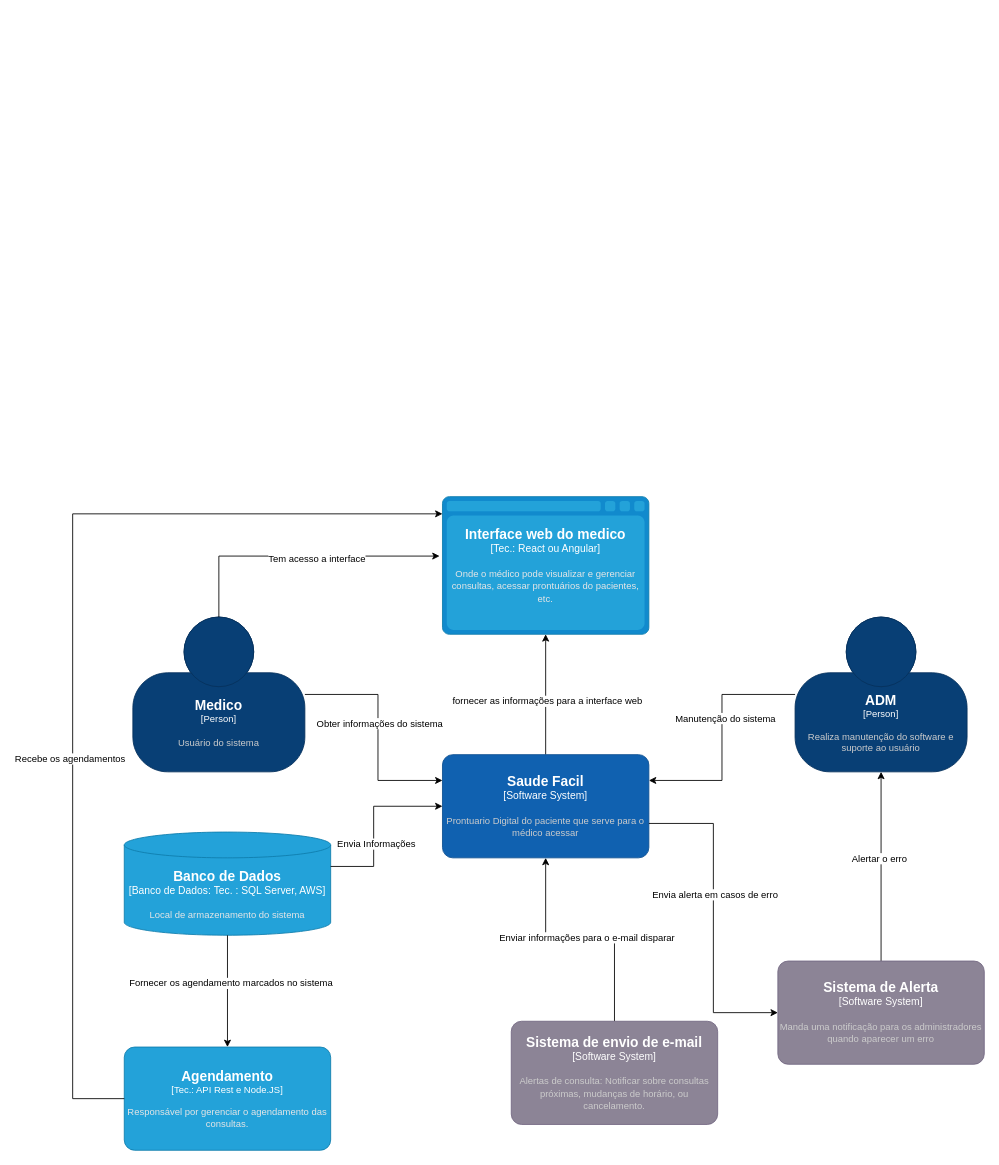
The draw.io diagram Diagrama sem nome.drawio in WillianDametto/PIM-Faculdade, before the edit. Source tidied: cells renumbered, new cells numbered last; positions are measured from the earlier drawing's top-left corner, leaving out a move shared by most shapes. Both pictures are drawn from the tidied source at 86%, with x=0, y=0 at pixel (72, 496).
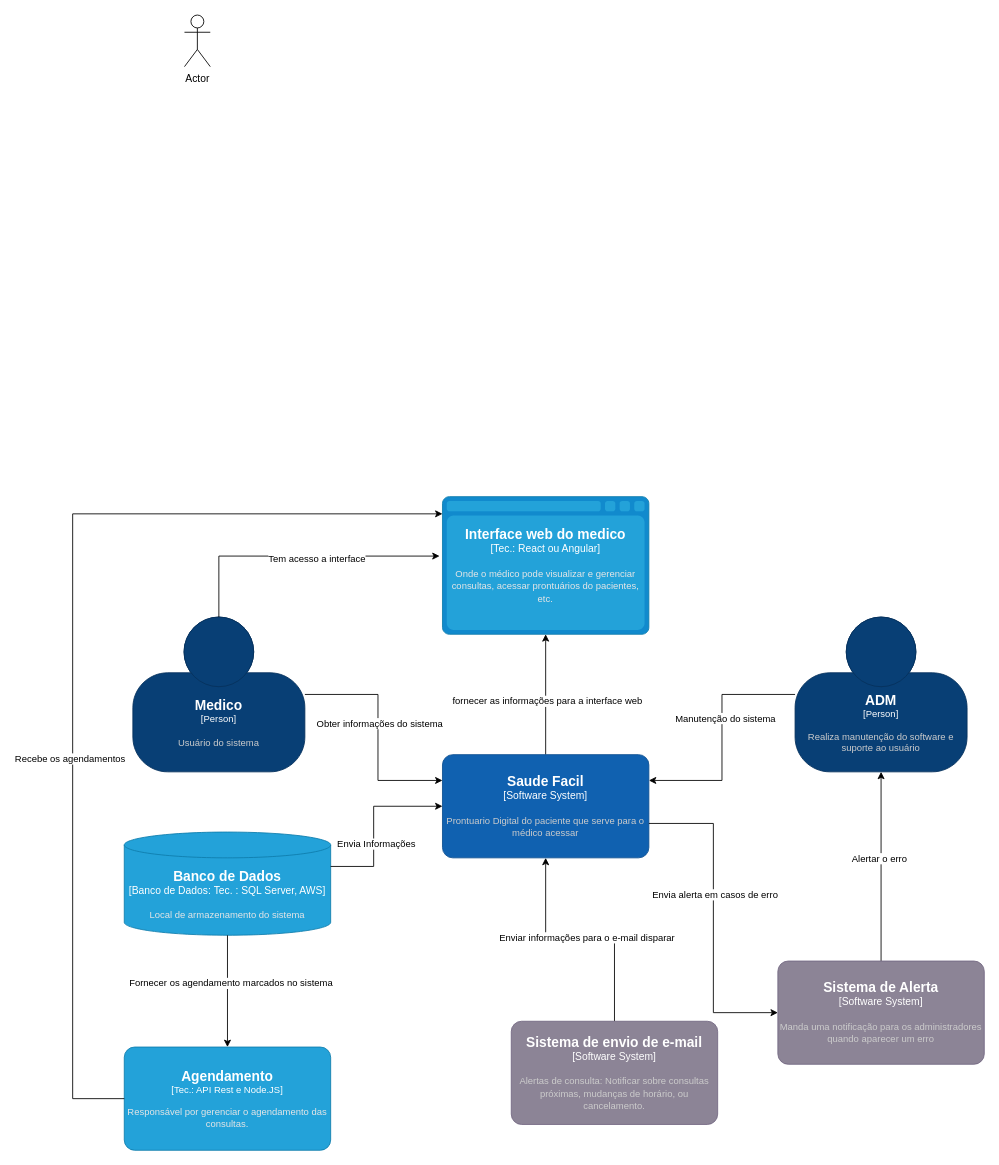
After the change.

Diff of the diagram source:
```diff
@@
+    <mxCell id="30" value="Actor" style="shape=umlActor;verticalLabelPosition=bottom;verticalAlign=top;html=1;" parent="1" vertex="1">
+      <mxGeometry x="130" y="-560" width="30" height="60" as="geometry" />
+    </mxCell>
```
